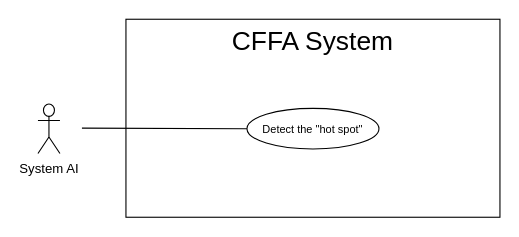
Earlier version of the draw.io diagram page "Hotspot" (2 of 2) of Users/HuuDN/UsecaseDiagram/SystemAI/Overview.drawio (luannmdev/CapstoneDocument). Source tidied: cells renumbered, new cells numbered last; positions are measured from the earlier drawing's top-left corner, leaving out a move shared by most shapes. Both pictures are drawn from the tidied source at 110%, with x=0, y=0 at pixel (37, 19).
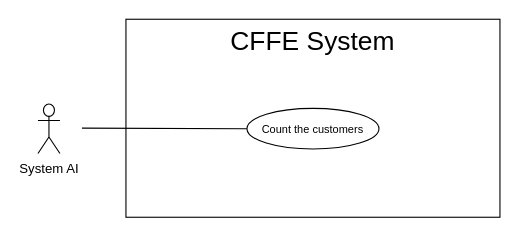
The same diagram, later.

Change to the diagram source:
```diff
@@
 <mxGraphModel>
   <root>
     <mxCell id="0" />
     <mxCell id="1" parent="0" />
     <mxCell id="2" style="rounded=0;whiteSpace=wrap;html=1;" parent="1" vertex="1">
       <mxGeometry x="80" width="340" height="180" as="geometry" />
     </mxCell>
-    <mxCell id="3" value="&lt;span style=&quot;font-size: 24px&quot;&gt;CFFA System&lt;/span&gt;" style="text;html=1;strokeColor=none;fillColor=none;align=center;verticalAlign=middle;whiteSpace=wrap;rounded=0;" parent="1" vertex="1">
+    <mxCell id="3" value="&lt;span style=&quot;font-size: 24px&quot;&gt;CFFE System&lt;/span&gt;" style="text;html=1;strokeColor=none;fillColor=none;align=center;verticalAlign=middle;whiteSpace=wrap;rounded=0;" parent="1" vertex="1">
       <mxGeometry x="85" y="10" width="330" height="20" as="geometry" />
     </mxCell>
     <mxCell id="4" value="System AI" style="shape=umlActor;verticalLabelPosition=bottom;verticalAlign=top;html=1;" parent="1" vertex="1">
       <mxGeometry y="77" width="20" height="45" as="geometry" />
     </mxCell>
-    <mxCell id="5" value="&lt;span style=&quot;font-size: 10px&quot;&gt;Detect the &quot;hot spot&quot;&lt;/span&gt;" style="ellipse;whiteSpace=wrap;html=1;fillColor=#ffffff;gradientColor=none;" parent="1" vertex="1">
+    <mxCell id="5" value="&lt;span style=&quot;font-size: 10px&quot;&gt;Count the customers&lt;/span&gt;" style="ellipse;whiteSpace=wrap;html=1;fillColor=#ffffff;gradientColor=none;" parent="1" vertex="1">
       <mxGeometry x="190" y="81" width="120" height="37" as="geometry" />
     </mxCell>
     <mxCell id="6" style="endArrow=none;html=1;rounded=0;exitX=0;exitY=0.5;exitDx=0;exitDy=0;" parent="1" edge="1" source="5">
       <mxGeometry relative="1" as="geometry">
         <mxPoint x="40" y="99" as="targetPoint" />
       </mxGeometry>
     </mxCell>
   </root>
 </mxGraphModel>
```
